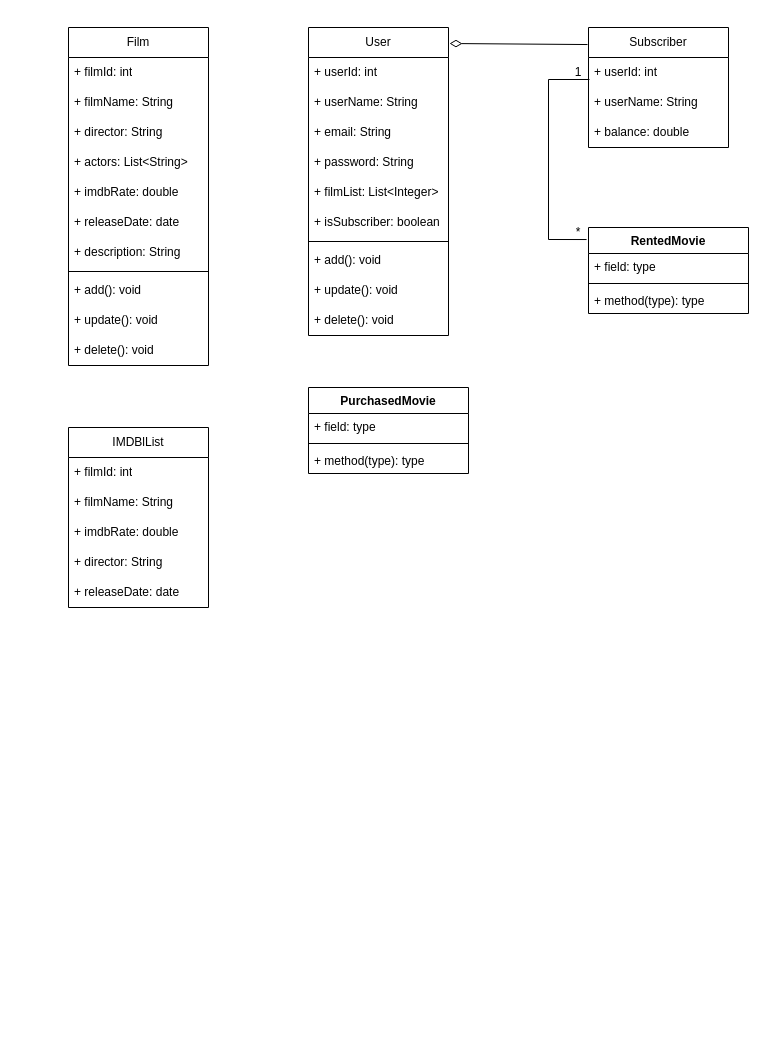
Before: OnlineFilmService.drawio in Gundogduu/javaIntro2022, a draw.io diagram. Source tidied: cells renumbered, new cells numbered last; positions are measured from the earlier drawing's top-left corner, leaving out a move shared by most shapes. Both pictures are drawn from the tidied source at 100%, with x=0, y=0 at pixel (68, 27).
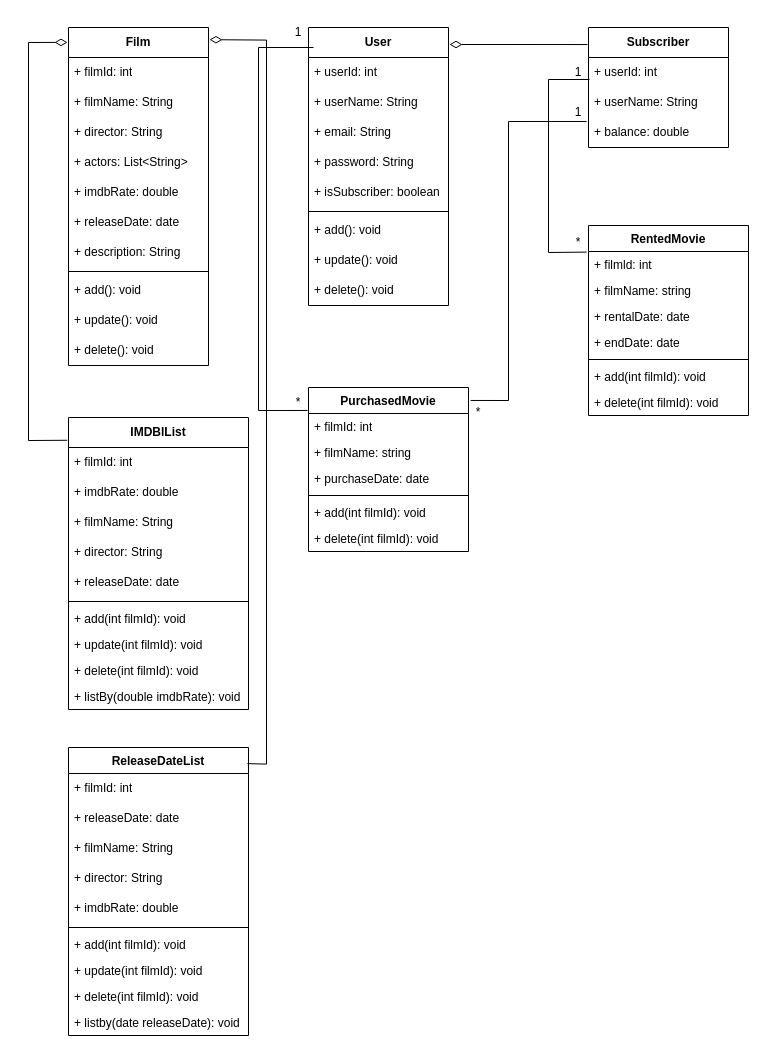
After the change.

The change refers to these unchanged cells:
```xml
<mxCell id="14" value="+ userId: int" style="text;strokeColor=none;fillColor=none;align=left;verticalAlign=middle;spacingLeft=4;spacingRight=4;overflow=hidden;points=[[0,0.5],[1,0.5]];portConstraint=eastwest;whiteSpace=wrap;html=1;" parent="13" vertex="1">
  <mxGeometry y="30" width="140" height="30" as="geometry" />
</mxCell>
<mxCell id="16" value="+ balance: double" style="text;strokeColor=none;fillColor=none;align=left;verticalAlign=middle;spacingLeft=4;spacingRight=4;overflow=hidden;points=[[0,0.5],[1,0.5]];portConstraint=eastwest;whiteSpace=wrap;html=1;" parent="13" vertex="1">
  <mxGeometry y="90" width="140" height="30" as="geometry" />
</mxCell>
```

What changed in the source:
```diff
@@
-    <mxCell id="2" value="User" style="swimlane;fontStyle=0;horizontal=1;startSize=30;whiteSpace=wrap;html=1;" parent="1" vertex="1">
-      <mxGeometry x="240" width="140" height="308" as="geometry" />
+    <mxCell id="2" value="&lt;b&gt;User&lt;/b&gt;" style="swimlane;fontStyle=0;horizontal=1;startSize=30;whiteSpace=wrap;html=1;" parent="1" vertex="1">
+      <mxGeometry x="240" width="140" height="278" as="geometry" />
     </mxCell>
@@
-    <mxCell id="7" value="+ filmList: List&amp;lt;Integer&amp;gt;" style="text;strokeColor=none;fillColor=none;align=left;verticalAlign=middle;spacingLeft=4;spacingRight=4;overflow=hidden;whiteSpace=wrap;html=1;" parent="2" vertex="1">
-      <mxGeometry y="150" width="140" height="30" as="geometry" />
-    </mxCell>
     <mxCell id="8" value="+ isSubscriber: boolean" style="text;strokeColor=none;fillColor=none;align=left;verticalAlign=middle;spacingLeft=4;spacingRight=4;overflow=hidden;whiteSpace=wrap;html=1;" parent="2" vertex="1">
-      <mxGeometry y="180" width="140" height="30" as="geometry" />
+      <mxGeometry y="150" width="140" height="30" as="geometry" />
     </mxCell>
     <mxCell id="9" style="line;strokeWidth=1;fillColor=none;align=left;verticalAlign=middle;spacingTop=-1;spacingLeft=3;spacingRight=3;labelPosition=right;strokeColor=inherit;" parent="2" vertex="1">
-      <mxGeometry y="210" width="140" height="8" as="geometry" />
+      <mxGeometry y="180" width="140" height="8" as="geometry" />
     </mxCell>
     <mxCell id="10" value="+ add(): void" style="text;strokeColor=none;fillColor=none;align=left;verticalAlign=middle;spacingLeft=4;spacingRight=4;overflow=hidden;whiteSpace=wrap;html=1;" parent="2" vertex="1">
-      <mxGeometry y="218" width="140" height="30" as="geometry" />
+      <mxGeometry y="188" width="140" height="30" as="geometry" />
     </mxCell>
     <mxCell id="11" value="+ update(): void" style="text;strokeColor=none;fillColor=none;align=left;verticalAlign=middle;spacingLeft=4;spacingRight=4;overflow=hidden;whiteSpace=wrap;html=1;" parent="2" vertex="1">
-      <mxGeometry y="248" width="140" height="30" as="geometry" />
+      <mxGeometry y="218" width="140" height="30" as="geometry" />
     </mxCell>
     <mxCell id="12" value="+ delete(): void" style="text;strokeColor=none;fillColor=none;align=left;verticalAlign=middle;spacingLeft=4;spacingRight=4;overflow=hidden;whiteSpace=wrap;html=1;" parent="2" vertex="1">
-      <mxGeometry y="278" width="140" height="30" as="geometry" />
+      <mxGeometry y="248" width="140" height="30" as="geometry" />
     </mxCell>
-    <mxCell id="13" value="Subscriber" style="swimlane;fontStyle=0;horizontal=1;startSize=30;whiteSpace=wrap;html=1;" parent="1" vertex="1">
+    <mxCell id="13" value="&lt;b&gt;Subscriber&lt;/b&gt;" style="swimlane;fontStyle=0;horizontal=1;startSize=30;whiteSpace=wrap;html=1;" parent="1" vertex="1">
       <mxGeometry x="520" width="140" height="120" as="geometry" />
     </mxCell>
@@
-    <mxCell id="17" style="edgeStyle=none;jettySize=auto;html=1;rounded=0;exitX=1.007;exitY=0.052;exitDx=0;exitDy=0;exitPerimeter=0;entryX=-0.007;entryY=0.142;entryDx=0;entryDy=0;entryPerimeter=0;endArrow=none;startFill=0;startArrow=diamondThin;endSize=6;startSize=10;" parent="1" edge="1" source="2" target="13">
-      <mxGeometry relative="1" as="geometry" />
+    <mxCell id="17" style="edgeStyle=none;jettySize=auto;html=1;rounded=0;entryX=-0.007;entryY=0.142;entryDx=0;entryDy=0;entryPerimeter=0;endArrow=none;startFill=0;startArrow=diamondThin;endSize=6;startSize=10;" parent="1" edge="1" target="13">
+      <mxGeometry relative="1" as="geometry">
+        <mxPoint x="381" y="17" as="sourcePoint" />
+      </mxGeometry>
     </mxCell>
-    <mxCell id="18" value="Film" style="swimlane;fontStyle=0;horizontal=1;startSize=30;whiteSpace=wrap;html=1;" parent="1" vertex="1">
+    <mxCell id="18" value="&lt;b&gt;Film&lt;/b&gt;" style="swimlane;fontStyle=0;horizontal=1;startSize=30;whiteSpace=wrap;html=1;" parent="1" vertex="1">
       <mxGeometry width="140" height="338" as="geometry" />
     </mxCell>
@@
-    <mxCell id="30" value="IMDBlList" style="swimlane;fontStyle=0;horizontal=1;startSize=30;whiteSpace=wrap;html=1;" parent="1" vertex="1">
-      <mxGeometry y="400" width="140" height="180" as="geometry" />
+    <mxCell id="30" value="&lt;b&gt;IMDBlList&lt;/b&gt;" style="swimlane;fontStyle=0;horizontal=1;startSize=30;whiteSpace=wrap;html=1;" parent="1" vertex="1">
+      <mxGeometry y="390" width="180" height="292" as="geometry" />
     </mxCell>
     <mxCell id="31" value="+ filmId: int" style="text;strokeColor=none;fillColor=none;align=left;verticalAlign=middle;spacingLeft=4;spacingRight=4;overflow=hidden;whiteSpace=wrap;html=1;" parent="30" vertex="1">
-      <mxGeometry y="30" width="140" height="30" as="geometry" />
+      <mxGeometry y="30" width="180" height="30" as="geometry" />
     </mxCell>
+    <mxCell id="33" value="+ imdbRate: double" style="text;strokeColor=none;fillColor=none;align=left;verticalAlign=middle;spacingLeft=4;spacingRight=4;overflow=hidden;whiteSpace=wrap;html=1;" parent="30" vertex="1">
+      <mxGeometry y="60" width="180" height="30" as="geometry" />
+    </mxCell>
     <mxCell id="32" value="+ filmName: String" style="text;strokeColor=none;fillColor=none;align=left;verticalAlign=middle;spacingLeft=4;spacingRight=4;overflow=hidden;whiteSpace=wrap;html=1;" parent="30" vertex="1">
-      <mxGeometry y="60" width="140" height="30" as="geometry" />
+      <mxGeometry y="90" width="180" height="30" as="geometry" />
     </mxCell>
-    <mxCell id="33" value="+ imdbRate: double" style="text;strokeColor=none;fillColor=none;align=left;verticalAlign=middle;spacingLeft=4;spacingRight=4;overflow=hidden;whiteSpace=wrap;html=1;" parent="30" vertex="1">
-      <mxGeometry y="90" width="140" height="30" as="geometry" />
-    </mxCell>
     <mxCell id="34" value="+ director: String" style="text;strokeColor=none;fillColor=none;align=left;verticalAlign=middle;spacingLeft=4;spacingRight=4;overflow=hidden;whiteSpace=wrap;html=1;" parent="30" vertex="1">
-      <mxGeometry y="120" width="140" height="30" as="geometry" />
+      <mxGeometry y="120" width="180" height="30" as="geometry" />
     </mxCell>
     <mxCell id="35" value="+ releaseDate: date" style="text;strokeColor=none;fillColor=none;align=left;verticalAlign=middle;spacingLeft=4;spacingRight=4;overflow=hidden;whiteSpace=wrap;html=1;" parent="30" vertex="1">
-      <mxGeometry y="150" width="140" height="30" as="geometry" />
+      <mxGeometry y="150" width="180" height="30" as="geometry" />
     </mxCell>
+    <mxCell id="47" style="line;strokeWidth=1;fillColor=none;align=left;verticalAlign=middle;spacingTop=-1;spacingLeft=3;spacingRight=3;labelPosition=right;strokeColor=inherit;" parent="30" vertex="1">
+      <mxGeometry y="180" width="180" height="8" as="geometry" />
+    </mxCell>
+    <mxCell id="48" value="+ add(int filmId): void" style="text;strokeColor=none;fillColor=none;align=left;verticalAlign=top;spacingLeft=4;spacingRight=4;overflow=hidden;whiteSpace=wrap;html=1;" parent="30" vertex="1">
+      <mxGeometry y="188" width="180" height="26" as="geometry" />
+    </mxCell>
+    <mxCell id="49" value="+ update(int filmId): void" style="text;strokeColor=none;fillColor=none;align=left;verticalAlign=top;spacingLeft=4;spacingRight=4;overflow=hidden;whiteSpace=wrap;html=1;" parent="30" vertex="1">
+      <mxGeometry y="214" width="180" height="26" as="geometry" />
+    </mxCell>
+    <mxCell id="50" value="+ delete(int filmId): void" style="text;strokeColor=none;fillColor=none;align=left;verticalAlign=top;spacingLeft=4;spacingRight=4;overflow=hidden;whiteSpace=wrap;html=1;" parent="30" vertex="1">
+      <mxGeometry y="240" width="180" height="26" as="geometry" />
+    </mxCell>
+    <mxCell id="51" value="+ listBy(double imdbRate): void" style="text;strokeColor=none;fillColor=none;align=left;verticalAlign=top;spacingLeft=4;spacingRight=4;overflow=hidden;whiteSpace=wrap;html=1;" parent="30" vertex="1">
+      <mxGeometry y="266" width="180" height="26" as="geometry" />
+    </mxCell>
     <mxCell id="36" value="RentedMovie" style="swimlane;fontStyle=1;align=center;verticalAlign=top;horizontal=1;startSize=26;whiteSpace=wrap;html=1;" parent="1" vertex="1">
-      <mxGeometry x="520" y="200" width="160" height="86" as="geometry" />
+      <mxGeometry x="520" y="198" width="160" height="190" as="geometry" />
     </mxCell>
-    <mxCell id="37" value="+ field: type" style="text;strokeColor=none;fillColor=none;align=left;verticalAlign=top;spacingLeft=4;spacingRight=4;overflow=hidden;whiteSpace=wrap;html=1;" parent="36" vertex="1">
+    <mxCell id="37" value="+ filmld: int" style="text;strokeColor=none;fillColor=none;align=left;verticalAlign=top;spacingLeft=4;spacingRight=4;overflow=hidden;whiteSpace=wrap;html=1;" parent="36" vertex="1">
       <mxGeometry y="26" width="160" height="26" as="geometry" />
     </mxCell>
+    <mxCell id="52" value="+ filmName: string" style="text;strokeColor=none;fillColor=none;align=left;verticalAlign=top;spacingLeft=4;spacingRight=4;overflow=hidden;whiteSpace=wrap;html=1;" parent="36" vertex="1">
+      <mxGeometry y="52" width="160" height="26" as="geometry" />
+    </mxCell>
+    <mxCell id="53" value="+ rentalDate: date" style="text;strokeColor=none;fillColor=none;align=left;verticalAlign=top;spacingLeft=4;spacingRight=4;overflow=hidden;whiteSpace=wrap;html=1;" parent="36" vertex="1">
+      <mxGeometry y="78" width="160" height="26" as="geometry" />
+    </mxCell>
+    <mxCell id="54" value="+ endDate: date" style="text;strokeColor=none;fillColor=none;align=left;verticalAlign=top;spacingLeft=4;spacingRight=4;overflow=hidden;whiteSpace=wrap;html=1;" parent="36" vertex="1">
+      <mxGeometry y="104" width="160" height="26" as="geometry" />
+    </mxCell>
     <mxCell id="38" style="line;strokeWidth=1;fillColor=none;align=left;verticalAlign=middle;spacingTop=-1;spacingLeft=3;spacingRight=3;labelPosition=right;strokeColor=inherit;" parent="36" vertex="1">
-      <mxGeometry y="52" width="160" height="8" as="geometry" />
+      <mxGeometry y="130" width="160" height="8" as="geometry" />
     </mxCell>
-    <mxCell id="39" value="+ method(type): type" style="text;strokeColor=none;fillColor=none;align=left;verticalAlign=top;spacingLeft=4;spacingRight=4;overflow=hidden;whiteSpace=wrap;html=1;" parent="36" vertex="1">
-      <mxGeometry y="60" width="160" height="26" as="geometry" />
-    </mxCell>
+    <mxCell id="55" value="+ add(int filmId): void" style="text;strokeColor=none;fillColor=none;align=left;verticalAlign=top;spacingLeft=4;spacingRight=4;overflow=hidden;whiteSpace=wrap;html=1;" parent="36" vertex="1">
+      <mxGeometry y="138" width="160" height="26" as="geometry" />
+    </mxCell>
+    <mxCell id="56" value="+ delete(int filmId): void" style="text;strokeColor=none;fillColor=none;align=left;verticalAlign=top;spacingLeft=4;spacingRight=4;overflow=hidden;whiteSpace=wrap;html=1;" parent="36" vertex="1">
+      <mxGeometry y="164" width="160" height="26" as="geometry" />
+    </mxCell>
     <mxCell id="40" value="PurchasedMovie" style="swimlane;fontStyle=1;align=center;verticalAlign=top;horizontal=1;startSize=26;whiteSpace=wrap;html=1;" parent="1" vertex="1">
-      <mxGeometry x="240" y="360" width="160" height="86" as="geometry" />
+      <mxGeometry x="240" y="360" width="160" height="164" as="geometry" />
     </mxCell>
+    <mxCell id="57" value="+ filmId: int" style="text;strokeColor=none;fillColor=none;align=left;verticalAlign=top;spacingLeft=4;spacingRight=4;overflow=hidden;whiteSpace=wrap;html=1;" parent="40" vertex="1">
+      <mxGeometry y="26" width="160" height="26" as="geometry" />
+    </mxCell>
-    <mxCell id="41" value="+ field: type" style="text;strokeColor=none;fillColor=none;align=left;verticalAlign=top;spacingLeft=4;spacingRight=4;overflow=hidden;whiteSpace=wrap;html=1;" parent="40" vertex="1">
-      <mxGeometry y="26" width="160" height="26" as="geometry" />
+    <mxCell id="41" value="+ filmName: string" style="text;strokeColor=none;fillColor=none;align=left;verticalAlign=top;spacingLeft=4;spacingRight=4;overflow=hidden;whiteSpace=wrap;html=1;" parent="40" vertex="1">
+      <mxGeometry y="52" width="160" height="26" as="geometry" />
     </mxCell>
+    <mxCell id="58" value="+ purchaseDate: date" style="text;strokeColor=none;fillColor=none;align=left;verticalAlign=top;spacingLeft=4;spacingRight=4;overflow=hidden;whiteSpace=wrap;html=1;" parent="40" vertex="1">
+      <mxGeometry y="78" width="160" height="26" as="geometry" />
+    </mxCell>
     <mxCell id="42" style="line;strokeWidth=1;fillColor=none;align=left;verticalAlign=middle;spacingTop=-1;spacingLeft=3;spacingRight=3;labelPosition=right;strokeColor=inherit;" parent="40" vertex="1">
-      <mxGeometry y="52" width="160" height="8" as="geometry" />
+      <mxGeometry y="104" width="160" height="8" as="geometry" />
     </mxCell>
-    <mxCell id="43" value="+ method(type): type" style="text;strokeColor=none;fillColor=none;align=left;verticalAlign=top;spacingLeft=4;spacingRight=4;overflow=hidden;whiteSpace=wrap;html=1;" parent="40" vertex="1">
-      <mxGeometry y="60" width="160" height="26" as="geometry" />
+    <mxCell id="43" value="+ add(int filmId): void" style="text;strokeColor=none;fillColor=none;align=left;verticalAlign=top;spacingLeft=4;spacingRight=4;overflow=hidden;whiteSpace=wrap;html=1;" parent="40" vertex="1">
+      <mxGeometry y="112" width="160" height="26" as="geometry" />
     </mxCell>
+    <mxCell id="59" value="+ delete(int filmId): void" style="text;strokeColor=none;fillColor=none;align=left;verticalAlign=top;spacingLeft=4;spacingRight=4;overflow=hidden;whiteSpace=wrap;html=1;" parent="40" vertex="1">
+      <mxGeometry y="138" width="160" height="26" as="geometry" />
+    </mxCell>
     <mxCell id="44" style="edgeStyle=none;jettySize=auto;html=1;rounded=0;exitX=-0.012;exitY=0.14;exitDx=0;exitDy=0;exitPerimeter=0;entryX=0.007;entryY=0.733;entryDx=0;entryDy=0;entryPerimeter=0;endArrow=none;startFill=0;" parent="1" edge="1" source="36" target="14">
       <mxGeometry relative="1" as="geometry">
         <Array as="points">
-          <mxPoint x="480" y="212" />
+          <mxPoint x="480" y="225" />
           <mxPoint x="480" y="52" />
         </Array>
       </mxGeometry>
     </mxCell>
@@
     <mxCell id="46" value="*" style="text;html=1;align=center;verticalAlign=middle;whiteSpace=wrap;rounded=0;" parent="1" vertex="1">
-      <mxGeometry x="480" y="190" width="60" height="30" as="geometry" />
+      <mxGeometry x="480" y="200" width="60" height="30" as="geometry" />
     </mxCell>
+    <mxCell id="60" style="edgeStyle=none;jettySize=auto;html=1;rounded=0;exitX=-0.007;exitY=0.078;exitDx=0;exitDy=0;exitPerimeter=0;entryX=-0.007;entryY=0.044;entryDx=0;entryDy=0;entryPerimeter=0;endArrow=diamondThin;startFill=0;endFill=0;startSize=6;endSize=10;" parent="1" edge="1" source="30" target="18">
+      <mxGeometry relative="1" as="geometry">
+        <Array as="points">
+          <mxPoint x="-40" y="413" />
+          <mxPoint x="-40" y="15" />
+        </Array>
+      </mxGeometry>
+    </mxCell>
+    <mxCell id="61" style="edgeStyle=none;jettySize=auto;html=1;rounded=0;exitX=-0.006;exitY=0.14;exitDx=0;exitDy=0;exitPerimeter=0;entryX=0.75;entryY=1;entryDx=0;entryDy=0;endArrow=none;startFill=0;" parent="1" edge="1" source="40" target="62">
+      <mxGeometry relative="1" as="geometry">
+        <Array as="points">
+          <mxPoint x="190" y="383" />
+          <mxPoint x="190" y="20" />
+        </Array>
+      </mxGeometry>
+    </mxCell>
+    <mxCell id="62" value="1" style="text;html=1;align=center;verticalAlign=middle;whiteSpace=wrap;rounded=0;" parent="1" vertex="1">
+      <mxGeometry x="200" y="-10" width="60" height="30" as="geometry" />
+    </mxCell>
+    <mxCell id="63" value="*" style="text;html=1;align=center;verticalAlign=middle;whiteSpace=wrap;rounded=0;" parent="1" vertex="1">
+      <mxGeometry x="200" y="360" width="60" height="30" as="geometry" />
+    </mxCell>
+    <mxCell id="64" style="edgeStyle=none;jettySize=auto;html=1;rounded=0;exitX=1.013;exitY=0.079;exitDx=0;exitDy=0;exitPerimeter=0;entryX=-0.014;entryY=0.133;entryDx=0;entryDy=0;endArrow=none;startFill=0;entryPerimeter=0;" parent="1" edge="1" source="40" target="16">
+      <mxGeometry relative="1" as="geometry">
+        <Array as="points">
+          <mxPoint x="440" y="373" />
+          <mxPoint x="440" y="94" />
+        </Array>
+      </mxGeometry>
+    </mxCell>
+    <mxCell id="65" value="1" style="text;html=1;align=center;verticalAlign=middle;whiteSpace=wrap;rounded=0;" parent="1" vertex="1">
+      <mxGeometry x="480" y="70" width="60" height="30" as="geometry" />
+    </mxCell>
+    <mxCell id="66" value="*" style="text;html=1;align=center;verticalAlign=middle;whiteSpace=wrap;rounded=0;" parent="1" vertex="1">
+      <mxGeometry x="380" y="370" width="60" height="30" as="geometry" />
+    </mxCell>
+    <mxCell id="67" value="ReleaseDateList" style="swimlane;fontStyle=1;align=center;verticalAlign=top;horizontal=1;startSize=26;whiteSpace=wrap;html=1;" parent="1" vertex="1">
+      <mxGeometry y="720" width="180" height="288" as="geometry" />
+    </mxCell>
+    <mxCell id="68" value="+ filmId: int" style="text;strokeColor=none;fillColor=none;align=left;verticalAlign=middle;spacingLeft=4;spacingRight=4;overflow=hidden;whiteSpace=wrap;html=1;" parent="67" vertex="1">
+      <mxGeometry y="26" width="180" height="30" as="geometry" />
+    </mxCell>
+    <mxCell id="69" value="+ releaseDate: date" style="text;strokeColor=none;fillColor=none;align=left;verticalAlign=middle;spacingLeft=4;spacingRight=4;overflow=hidden;whiteSpace=wrap;html=1;" parent="67" vertex="1">
+      <mxGeometry y="56" width="180" height="30" as="geometry" />
+    </mxCell>
+    <mxCell id="70" value="+ filmName: String" style="text;strokeColor=none;fillColor=none;align=left;verticalAlign=middle;spacingLeft=4;spacingRight=4;overflow=hidden;whiteSpace=wrap;html=1;" parent="67" vertex="1">
+      <mxGeometry y="86" width="180" height="30" as="geometry" />
+    </mxCell>
+    <mxCell id="71" value="+ director: String" style="text;strokeColor=none;fillColor=none;align=left;verticalAlign=middle;spacingLeft=4;spacingRight=4;overflow=hidden;whiteSpace=wrap;html=1;" parent="67" vertex="1">
+      <mxGeometry y="116" width="180" height="30" as="geometry" />
+    </mxCell>
+    <mxCell id="72" value="+ imdbRate: double" style="text;strokeColor=none;fillColor=none;align=left;verticalAlign=middle;spacingLeft=4;spacingRight=4;overflow=hidden;whiteSpace=wrap;html=1;" parent="67" vertex="1">
+      <mxGeometry y="146" width="180" height="30" as="geometry" />
+    </mxCell>
+    <mxCell id="73" style="line;strokeWidth=1;fillColor=none;align=left;verticalAlign=middle;spacingTop=-1;spacingLeft=3;spacingRight=3;labelPosition=right;strokeColor=inherit;" parent="67" vertex="1">
+      <mxGeometry y="176" width="180" height="8" as="geometry" />
+    </mxCell>
+    <mxCell id="74" value="+ add(int filmId): void" style="text;strokeColor=none;fillColor=none;align=left;verticalAlign=top;spacingLeft=4;spacingRight=4;overflow=hidden;whiteSpace=wrap;html=1;" parent="67" vertex="1">
+      <mxGeometry y="184" width="180" height="26" as="geometry" />
+    </mxCell>
+    <mxCell id="75" value="+ update(int filmId): void" style="text;strokeColor=none;fillColor=none;align=left;verticalAlign=top;spacingLeft=4;spacingRight=4;overflow=hidden;whiteSpace=wrap;html=1;" parent="67" vertex="1">
+      <mxGeometry y="210" width="180" height="26" as="geometry" />
+    </mxCell>
+    <mxCell id="76" value="+ delete(int filmId): void" style="text;strokeColor=none;fillColor=none;align=left;verticalAlign=top;spacingLeft=4;spacingRight=4;overflow=hidden;whiteSpace=wrap;html=1;" parent="67" vertex="1">
+      <mxGeometry y="236" width="180" height="26" as="geometry" />
+    </mxCell>
+    <mxCell id="77" value="+ listby(date releaseDate): void" style="text;strokeColor=none;fillColor=none;align=left;verticalAlign=top;spacingLeft=4;spacingRight=4;overflow=hidden;whiteSpace=wrap;html=1;" parent="67" vertex="1">
+      <mxGeometry y="262" width="180" height="26" as="geometry" />
+    </mxCell>
+    <mxCell id="78" style="edgeStyle=none;jettySize=auto;html=1;rounded=0;exitX=1.007;exitY=0.036;exitDx=0;exitDy=0;exitPerimeter=0;endArrow=none;startFill=0;startArrow=diamondThin;endSize=6;startSize=10;entryX=0.994;entryY=0.056;entryDx=0;entryDy=0;entryPerimeter=0;" parent="1" edge="1" source="18" target="67">
+      <mxGeometry relative="1" as="geometry">
+        <Array as="points">
+          <mxPoint x="198" y="12.6" />
+          <mxPoint x="198" y="736.6" />
+        </Array>
+      </mxGeometry>
+    </mxCell>
```
